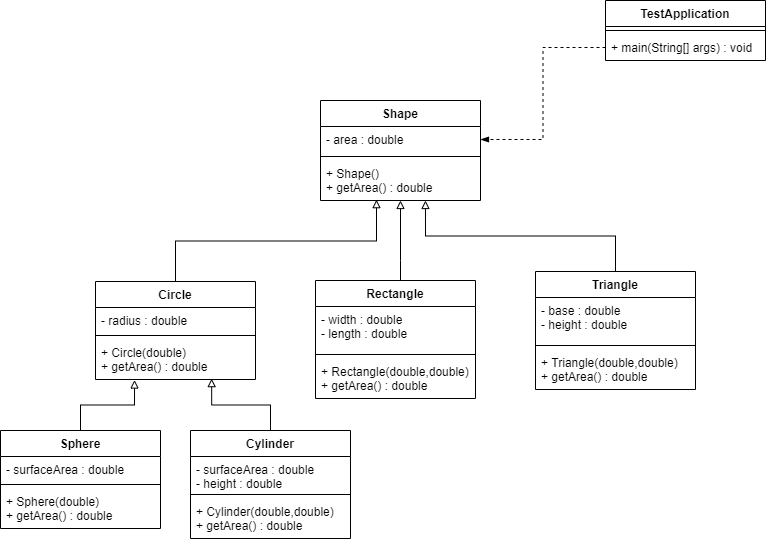
The draw.io diagram Overloading, Overriding/Page 228 Problem Solving Q5/UML.png in JunyaoC/OOP-Lab-2020, before a commit. Source tidied: cells renumbered, new cells last; positions are measured from the earlier drawing's top-left corner, leaving out a move shared by most shapes.
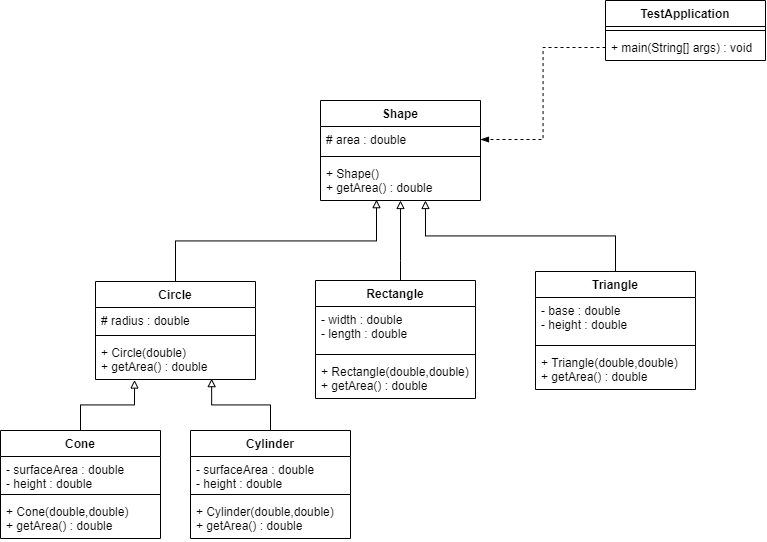
The same diagram one commit later.

Commit message:
sphere to cone

What changed in the source:
```diff
@@ -11,7 +11,7 @@
     <mxCell id="4" value="Shape" style="swimlane;fontStyle=1;align=center;verticalAlign=top;horizontal=1;startSize=26;" parent="1" vertex="1">
       <mxGeometry x="320" y="100" width="160" height="100" as="geometry" />
     </mxCell>
-    <mxCell id="5" value="- area : double" style="text;strokeColor=none;fillColor=none;align=left;verticalAlign=top;spacingLeft=4;spacingRight=4;overflow=hidden;points=[[0,0.5],[1,0.5]];portConstraint=eastwest;" parent="4" vertex="1">
+    <mxCell id="5" value="# area : double" style="text;strokeColor=none;fillColor=none;align=left;verticalAlign=top;spacingLeft=4;spacingRight=4;overflow=hidden;points=[[0,0.5],[1,0.5]];portConstraint=eastwest;" parent="4" vertex="1">
       <mxGeometry y="26" width="160" height="26" as="geometry" />
     </mxCell>
     <mxCell id="6" style="line;strokeWidth=1;fillColor=none;align=left;verticalAlign=middle;spacingTop=-1;spacingLeft=3;spacingRight=3;labelPosition=right;" parent="4" vertex="1">
@@ -31,7 +31,7 @@
     <mxCell id="9" value="Circle" style="swimlane;fontStyle=1;align=center;verticalAlign=top;horizontal=1;startSize=26;" parent="1" vertex="1">
       <mxGeometry x="95" y="281" width="160" height="98" as="geometry" />
     </mxCell>
-    <mxCell id="10" value="- radius : double&#10;" style="text;strokeColor=none;fillColor=none;align=left;verticalAlign=top;spacingLeft=4;spacingRight=4;overflow=hidden;" parent="9" vertex="1">
+    <mxCell id="10" value="# radius : double&#10;" style="text;strokeColor=none;fillColor=none;align=left;verticalAlign=top;spacingLeft=4;spacingRight=4;overflow=hidden;" parent="9" vertex="1">
       <mxGeometry y="26" width="160" height="24" as="geometry" />
     </mxCell>
     <mxCell id="11" style="line;strokeWidth=1;fillColor=none;align=left;verticalAlign=middle;spacingTop=-1;spacingLeft=3;spacingRight=3;labelPosition=right;" parent="9" vertex="1">
@@ -55,17 +55,17 @@
     <mxCell id="17" style="edgeStyle=orthogonalEdgeStyle;rounded=0;jettySize=auto;html=1;entryX=0.244;entryY=1.013;entryDx=0;entryDy=0;entryPerimeter=0;endArrow=block;endFill=0;" parent="1" edge="1" source="18" target="12">
       <mxGeometry relative="1" as="geometry" />
     </mxCell>
-    <mxCell id="18" value="Sphere" style="swimlane;fontStyle=1;align=center;verticalAlign=top;horizontal=1;startSize=26;" parent="1" vertex="1">
-      <mxGeometry y="430" width="160" height="98" as="geometry" />
+    <mxCell id="18" value="Cone" style="swimlane;fontStyle=1;align=center;verticalAlign=top;horizontal=1;startSize=26;" parent="1" vertex="1">
+      <mxGeometry y="430" width="160" height="108" as="geometry" />
     </mxCell>
-    <mxCell id="19" value="- surfaceArea : double" style="text;strokeColor=none;fillColor=none;align=left;verticalAlign=top;spacingLeft=4;spacingRight=4;overflow=hidden;" parent="18" vertex="1">
-      <mxGeometry y="26" width="160" height="24" as="geometry" />
+    <mxCell id="19" value="- surfaceArea : double&#10;- height : double" style="text;strokeColor=none;fillColor=none;align=left;verticalAlign=top;spacingLeft=4;spacingRight=4;overflow=hidden;" parent="18" vertex="1">
+      <mxGeometry y="26" width="160" height="34" as="geometry" />
     </mxCell>
     <mxCell id="20" style="line;strokeWidth=1;fillColor=none;align=left;verticalAlign=middle;spacingTop=-1;spacingLeft=3;spacingRight=3;labelPosition=right;" parent="18" vertex="1">
-      <mxGeometry y="50" width="160" height="8" as="geometry" />
+      <mxGeometry y="60" width="160" height="8" as="geometry" />
     </mxCell>
-    <mxCell id="21" value="+ Sphere(double)&#10;+ getArea() : double" style="text;strokeColor=none;fillColor=none;align=left;verticalAlign=top;spacingLeft=4;spacingRight=4;overflow=hidden;" parent="18" vertex="1">
-      <mxGeometry y="58" width="160" height="40" as="geometry" />
+    <mxCell id="21" value="+ Cone(double,double)&#10;+ getArea() : double" style="text;strokeColor=none;fillColor=none;align=left;verticalAlign=top;spacingLeft=4;spacingRight=4;overflow=hidden;" parent="18" vertex="1">
+      <mxGeometry y="68" width="160" height="40" as="geometry" />
     </mxCell>
     <mxCell id="22" style="edgeStyle=orthogonalEdgeStyle;rounded=0;jettySize=auto;html=1;entryX=0.726;entryY=0.978;entryDx=0;entryDy=0;entryPerimeter=0;endArrow=block;endFill=0;" parent="1" edge="1" source="23" target="12">
       <mxGeometry relative="1" as="geometry" />
```
